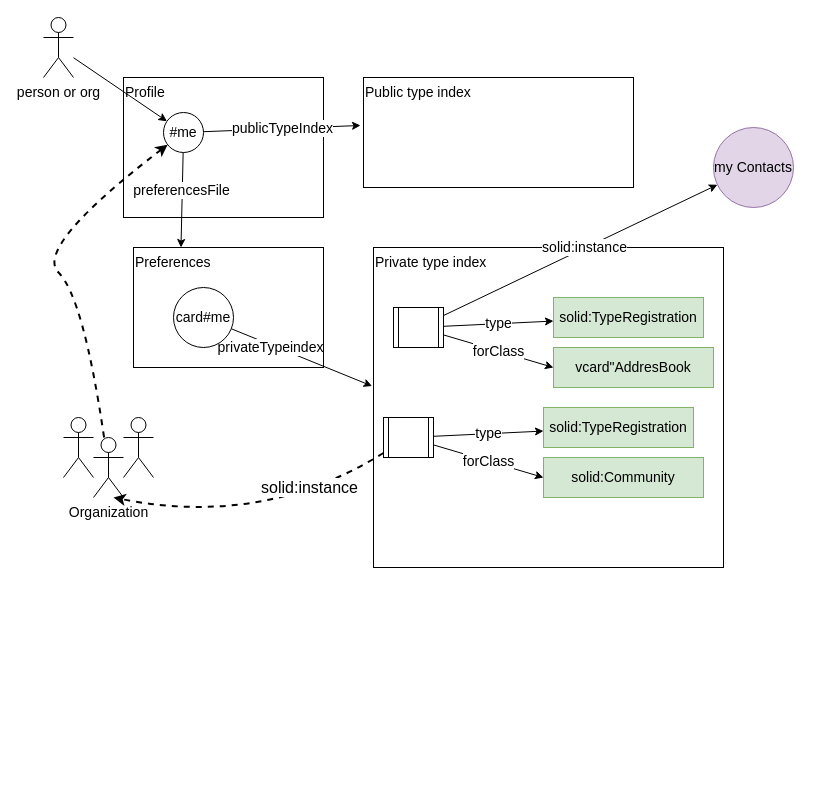
The draw.io diagram diagrams/type-indexes.drawio in solid/webid-profile, before the edit. Source tidied: cells renumbered, new cells numbered last; positions are measured from the earlier drawing's top-left corner, leaving out a move shared by most shapes. Both pictures are drawn from the tidied source at 100%, with x=0, y=0 at pixel (33, 17).
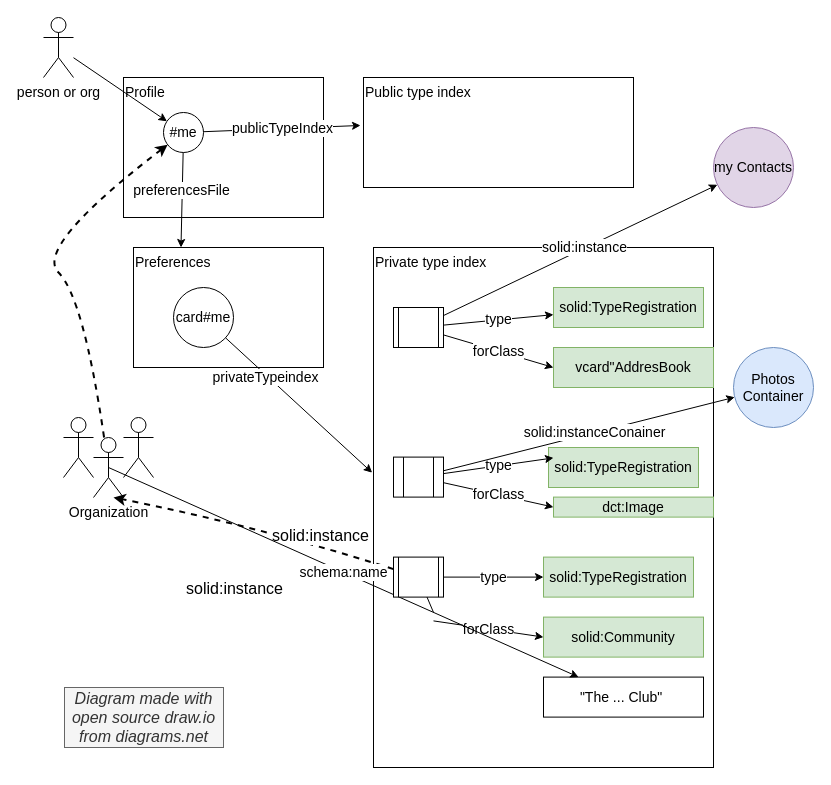
After the change.

Commit message (it also covers changes not shown here):
Add name to shape and example of solid:instanceCollection

Unchanged cells that the change refers to:
```xml
<mxCell id="30" value="Organization" style="shape=umlActor;verticalLabelPosition=bottom;verticalAlign=top;html=1;outlineConnect=0;fontSize=14;" parent="1" vertex="1">
  <mxGeometry x="60" y="420" width="30" height="60" as="geometry" />
</mxCell>
```

Change to the diagram source:
```diff
@@
     <mxCell id="5" value="Private type index" style="rounded=0;whiteSpace=wrap;html=1;align=left;verticalAlign=top;fontSize=14;" parent="1" vertex="1">
-      <mxGeometry x="340" y="230" width="350" height="320" as="geometry" />
+      <mxGeometry x="340" y="230" width="340" height="520" as="geometry" />
     </mxCell>
@@
     <mxCell id="17" value="solid:TypeRegistration" style="rounded=0;whiteSpace=wrap;html=1;fontSize=14;fillColor=#d5e8d4;strokeColor=#82b366;" parent="1" vertex="1">
-      <mxGeometry x="520" y="280" width="150" height="40" as="geometry" />
+      <mxGeometry x="520" y="270" width="150" height="40" as="geometry" />
     </mxCell>
@@
     <mxCell id="23" value="solid:Community" style="rounded=0;whiteSpace=wrap;html=1;fontSize=14;fillColor=#d5e8d4;strokeColor=#82b366;" parent="1" vertex="1">
-      <mxGeometry x="510" y="440" width="160" height="40" as="geometry" />
+      <mxGeometry x="510" y="599.6" width="160" height="40" as="geometry" />
     </mxCell>
-    <mxCell id="24" style="shape=process;whiteSpace=wrap;html=1;backgroundOutline=1;fontSize=14;" parent="1" vertex="1">
-      <mxGeometry x="350" y="400" width="50" height="40" as="geometry" />
-    </mxCell>
-    <mxCell id="25" value="forClass" style="endArrow=classic;html=1;rounded=0;entryX=0;entryY=0.5;entryDx=0;entryDy=0;fontSize=14;" parent="1" edge="1" source="24" target="23">
-      <mxGeometry relative="1" as="geometry" />
+    <mxCell id="25" value="forClass" style="endArrow=classic;html=1;rounded=0;entryX=0;entryY=0.5;entryDx=0;entryDy=0;fontSize=14;" parent="1" edge="1" target="23">
+      <mxGeometry relative="1" as="geometry">
+        <mxPoint x="400" y="603.4" as="sourcePoint" />
+      </mxGeometry>
     </mxCell>
     <mxCell id="26" value="solid:TypeRegistration" style="rounded=0;whiteSpace=wrap;html=1;fontSize=14;fillColor=#d5e8d4;strokeColor=#82b366;" parent="1" vertex="1">
-      <mxGeometry x="510" y="390" width="150" height="40" as="geometry" />
+      <mxGeometry x="510" y="539.6" width="150" height="40" as="geometry" />
     </mxCell>
-    <mxCell id="27" value="type" style="endArrow=classic;html=1;rounded=0;fontSize=14;" parent="1" edge="1" source="24" target="26">
+    <mxCell id="27" value="type" style="endArrow=classic;html=1;rounded=0;fontSize=14;startArrow=none;" parent="1" edge="1" source="24" target="26">
       <mxGeometry relative="1" as="geometry" />
     </mxCell>
@@
+    <mxCell id="34" value="&quot;The ... Club&quot;&amp;nbsp;" style="rounded=0;whiteSpace=wrap;html=1;fontSize=14;" parent="1" vertex="1">
+      <mxGeometry x="510" y="659.6" width="160" height="40" as="geometry" />
+    </mxCell>
+    <mxCell id="35" value="schema:name" style="endArrow=classic;html=1;rounded=0;fontSize=14;exitX=0.5;exitY=0.5;exitDx=0;exitDy=0;exitPerimeter=0;" parent="1" edge="1" source="30" target="34">
+      <mxGeometry relative="1" as="geometry" />
+    </mxCell>
+    <mxCell id="36" value="solid:instance" style="edgeLabel;html=1;align=center;verticalAlign=middle;fontSize=16;" parent="1" vertex="1">
+      <mxGeometry x="200" y="570" as="geometry" />
+    </mxCell>
+    <mxCell id="37" value="dct:Image" style="rounded=0;whiteSpace=wrap;html=1;fontSize=14;fillColor=#d5e8d4;strokeColor=#82b366;" parent="1" vertex="1">
+      <mxGeometry x="520" y="479.6" width="160" height="20" as="geometry" />
+    </mxCell>
+    <mxCell id="38" style="shape=process;whiteSpace=wrap;html=1;backgroundOutline=1;fontSize=14;size=0.2;" parent="1" vertex="1">
+      <mxGeometry x="360" y="439.6" width="50" height="40" as="geometry" />
+    </mxCell>
+    <mxCell id="39" value="forClass" style="endArrow=classic;html=1;rounded=0;entryX=0;entryY=0.5;entryDx=0;entryDy=0;fontSize=14;" parent="1" edge="1" target="37">
+      <mxGeometry relative="1" as="geometry">
+        <mxPoint x="410" y="465.2" as="sourcePoint" />
+      </mxGeometry>
+    </mxCell>
+    <mxCell id="40" value="solid:TypeRegistration" style="rounded=0;whiteSpace=wrap;html=1;fontSize=14;fillColor=#d5e8d4;strokeColor=#82b366;" parent="1" vertex="1">
+      <mxGeometry x="515" y="430" width="150" height="40" as="geometry" />
+    </mxCell>
+    <mxCell id="41" value="type" style="endArrow=classic;html=1;rounded=0;fontSize=14;" parent="1" edge="1">
+      <mxGeometry relative="1" as="geometry">
+        <mxPoint x="410" y="456.1" as="sourcePoint" />
+        <mxPoint x="520" y="440.4" as="targetPoint" />
+      </mxGeometry>
+    </mxCell>
+    <mxCell id="24" style="shape=process;whiteSpace=wrap;html=1;backgroundOutline=1;fontSize=14;" parent="1" vertex="1">
+      <mxGeometry x="360" y="539.6" width="50" height="40" as="geometry" />
+    </mxCell>
+    <mxCell id="42" style="endArrow=none;html=1;rounded=0;fontSize=14;" parent="1" edge="1" target="24">
+      <mxGeometry relative="1" as="geometry">
+        <mxPoint x="400" y="594.9" as="sourcePoint" />
+      </mxGeometry>
+    </mxCell>
+    <mxCell id="43" value="Photos Container" style="ellipse;whiteSpace=wrap;html=1;fontSize=14;fillColor=#dae8fc;strokeColor=#6c8ebf;" parent="1" vertex="1">
+      <mxGeometry x="700" y="330" width="80" height="80" as="geometry" />
+    </mxCell>
+    <mxCell id="44" style="endArrow=classic;html=1;rounded=0;fontSize=14;" parent="1" edge="1" source="38" target="43">
+      <mxGeometry relative="1" as="geometry" />
+    </mxCell>
+    <mxCell id="45" value="solid:instanceConainer" style="edgeLabel;html=1;align=center;verticalAlign=middle;fontSize=14;" parent="44" vertex="1">
+      <mxGeometry x="0.03" y="1" relative="1" as="geometry" />
+    </mxCell>
+    <mxCell id="46" style="edgeStyle=orthogonalEdgeStyle;rounded=0;orthogonalLoop=1;jettySize=auto;html=1;exitX=0.5;exitY=1;exitDx=0;exitDy=0;dashed=1;fontSize=16;strokeWidth=2;" parent="1" edge="1" source="24" target="24">
+      <mxGeometry relative="1" as="geometry" />
+    </mxCell>
+    <mxCell id="47" value="Diagram made with open source draw.io from diagrams.net" style="rounded=0;whiteSpace=wrap;html=1;fontSize=16;fillColor=#f5f5f5;fontColor=#333333;strokeColor=#666666;fontStyle=2;" parent="1" vertex="1">
+      <mxGeometry x="31" y="670" width="159" height="60" as="geometry" />
+    </mxCell>
```
